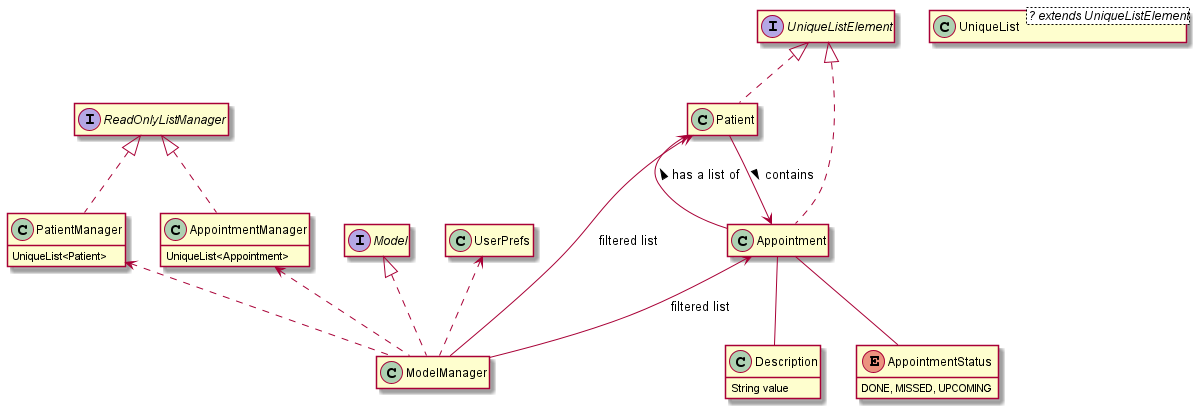
Earlier version of the PlantUML export docs/images/ModelClassDiagram.png (thutahw/tp). Its diagram source:
```plantuml
@startuml
hide empty members

interface ReadOnlyListManager
interface Model
interface UniqueListElement

class UniqueList<? extends UniqueListElement>
class PatientManager {
    UniqueList<Patient>
}
class AppointmentManager {
    UniqueList<Appointment>
}
class Description {
    String value
}

enum AppointmentStatus {
    DONE, MISSED, UPCOMING
}

Model <|.. ModelManager
UserPrefs <.. ModelManager
Patient <-- ModelManager: filtered list
Appointment <-- ModelManager: filtered list
Patient <-- Appointment: < has a list of
Appointment <-- Patient: < contains
Appointment -- Description
Appointment -- AppointmentStatus

ReadOnlyListManager <|.. PatientManager
PatientManager <.. ModelManager

UniqueListElement <|.. Patient
UniqueListElement <|.. Appointment

ReadOnlyListManager <|.. AppointmentManager
AppointmentManager <.. ModelManager

@enduml
```
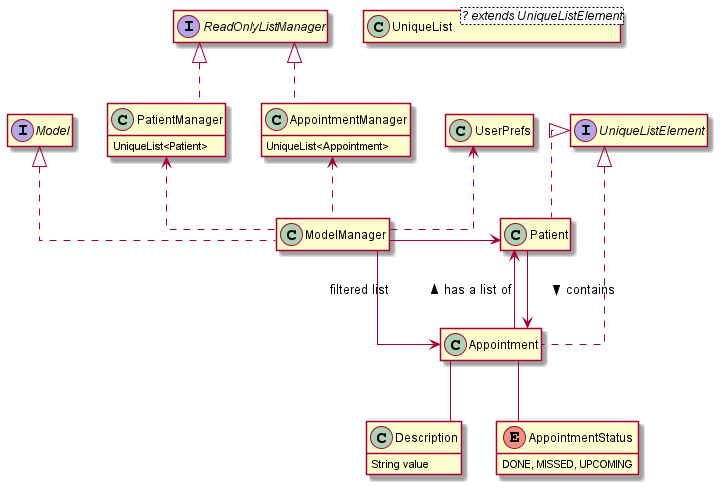
The same diagram one commit later.

Change to the diagram source:
```diff
@@ -1,5 +1,6 @@
 @startuml
 hide empty members
+skinparam linetype ortho
 
 interface ReadOnlyListManager
 interface Model
@@ -22,8 +23,8 @@
 
 Model <|.. ModelManager
 UserPrefs <.. ModelManager
-Patient <-- ModelManager: filtered list
-Appointment <-- ModelManager: filtered list
+Patient <-r- ModelManager: filtered list
+Appointment <-l- ModelManager: filtered list
 Patient <-- Appointment: < has a list of
 Appointment <-- Patient: < contains
 Appointment -- Description
```
